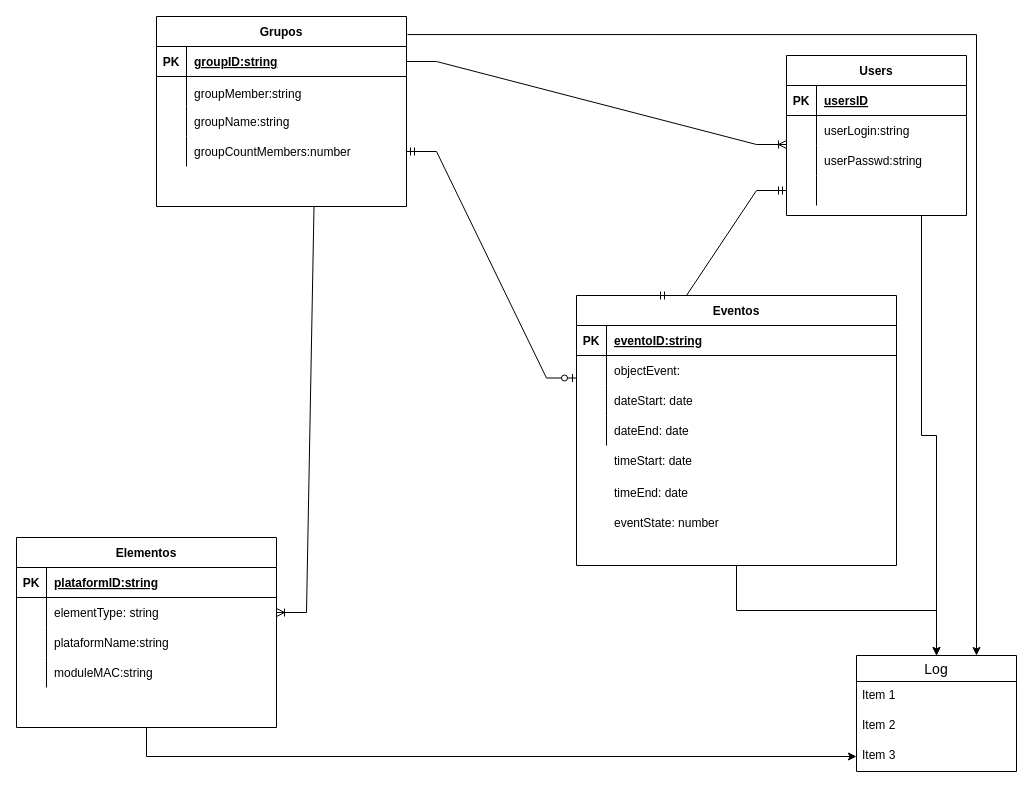
Before: page "Data" (2 of 5) of drawings/esquemasBasicos.drawio in rjnogales/crm.mio, a draw.io diagram. Source tidied: cells renumbered, new cells numbered last; positions are measured from the earlier drawing's top-left corner, leaving out a move shared by most shapes. Both pictures are drawn from the tidied source at 100%, with x=0, y=0 at pixel (16, 16).
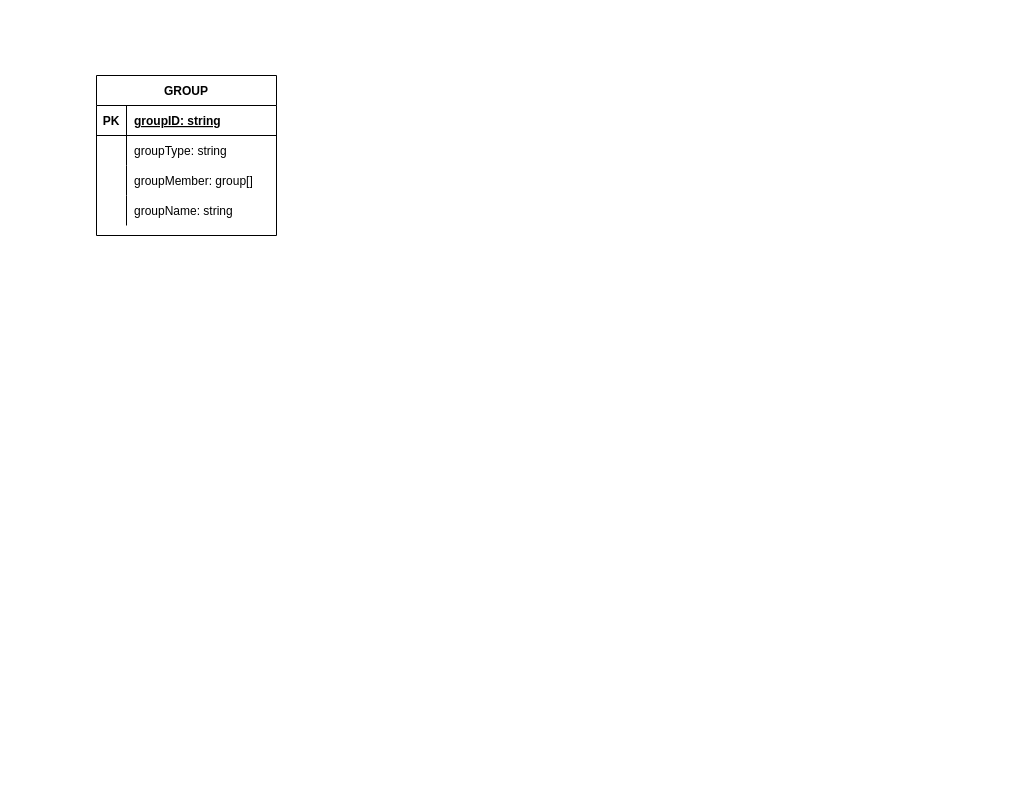
The same diagram, later.

Change to the diagram source:
```diff
@@
-    <mxCell id="2" value="Grupos" style="shape=table;startSize=30;childLayout=tableLayout;rowLines=0;fontStyle=1;align=center;" parent="1" vertex="1">
-      <mxGeometry x="140" width="250" height="190" as="geometry" />
-    </mxCell>
-    <mxCell id="3" style="shape=partialRectangle;fillColor=none;top=0;left=0;bottom=1;right=0;points=[[0,0.5],[1,0.5]];portConstraint=eastwest;" parent="2" vertex="1">
-      <mxGeometry y="30" width="250" height="30" as="geometry" />
-    </mxCell>
-    <mxCell id="4" value="PK" style="shape=partialRectangle;fillColor=none;top=0;left=0;bottom=0;right=0;fontStyle=1;overflow=hidden;" parent="3" vertex="1">
-      <mxGeometry width="30" height="30" as="geometry" />
-    </mxCell>
-    <mxCell id="5" value="groupID:string" style="shape=partialRectangle;fillColor=none;top=0;left=0;bottom=0;right=0;align=left;spacingLeft=6;fontStyle=5;overflow=hidden;" parent="3" vertex="1">
-      <mxGeometry x="30" width="220" height="30" as="geometry" />
-    </mxCell>
-    <mxCell id="6" style="shape=partialRectangle;fillColor=none;top=0;left=0;bottom=0;right=0;" parent="2" vertex="1">
-      <mxGeometry y="60" width="250" height="30" as="geometry" />
-    </mxCell>
-    <mxCell id="7" style="shape=partialRectangle;fillColor=none;top=0;left=0;bottom=0;right=0;overflow=hidden;" parent="6" vertex="1">
-      <mxGeometry width="30" height="30" as="geometry" />
-    </mxCell>
-    <mxCell id="8" style="shape=partialRectangle;fillColor=none;top=0;left=0;bottom=0;right=0;align=left;spacingLeft=6;overflow=hidden;" parent="6" vertex="1">
-      <mxGeometry x="30" width="220" height="30" as="geometry" />
-    </mxCell>
-    <mxCell id="9" style="shape=partialRectangle;fillColor=none;top=0;left=0;bottom=0;right=0;" parent="2" vertex="1">
-      <mxGeometry y="90" width="250" height="30" as="geometry" />
-    </mxCell>
-    <mxCell id="10" style="shape=partialRectangle;fillColor=none;top=0;left=0;bottom=0;right=0;overflow=hidden;" parent="9" vertex="1">
-      <mxGeometry width="30" height="30" as="geometry" />
-    </mxCell>
-    <mxCell id="11" value="groupName:string" style="shape=partialRectangle;fillColor=none;top=0;left=0;bottom=0;right=0;align=left;spacingLeft=6;overflow=hidden;" parent="9" vertex="1">
-      <mxGeometry x="30" width="220" height="30" as="geometry" />
-    </mxCell>
-    <mxCell id="12" style="shape=partialRectangle;fillColor=none;top=0;left=0;bottom=0;right=0;points=[[0,0.5],[1,0.5]];portConstraint=eastwest;" parent="2" vertex="1">
-      <mxGeometry y="120" width="250" height="30" as="geometry" />
-    </mxCell>
-    <mxCell id="13" style="shape=partialRectangle;fillColor=none;top=0;left=0;bottom=0;right=0;overflow=hidden;" parent="12" vertex="1">
-      <mxGeometry width="30" height="30" as="geometry" />
-    </mxCell>
-    <mxCell id="14" value="groupCountMembers:number" style="shape=partialRectangle;fillColor=none;top=0;left=0;bottom=0;right=0;align=left;spacingLeft=6;overflow=hidden;" parent="12" vertex="1">
-      <mxGeometry x="30" width="220" height="30" as="geometry" />
-    </mxCell>
-    <mxCell id="15" style="edgeStyle=orthogonalEdgeStyle;rounded=0;jettySize=auto;html=1;exitX=0.5;exitY=1;exitDx=0;exitDy=0;entryX=0;entryY=0.5;entryDx=0;entryDy=0;" parent="1" edge="1" source="16" target="62">
-      <mxGeometry relative="1" as="geometry" />
-    </mxCell>
-    <mxCell id="16" value="Elementos" style="shape=table;startSize=30;childLayout=tableLayout;rowLines=0;fontStyle=1;align=center;" parent="1" vertex="1">
-      <mxGeometry y="521" width="260" height="190" as="geometry" />
-    </mxCell>
-    <mxCell id="17" style="shape=partialRectangle;fillColor=none;top=0;left=0;bottom=1;right=0;" parent="16" vertex="1">
-      <mxGeometry y="30" width="260" height="30" as="geometry" />
-    </mxCell>
-    <mxCell id="18" value="PK" style="shape=partialRectangle;fillColor=none;top=0;left=0;bottom=0;right=0;fontStyle=1;overflow=hidden;" parent="17" vertex="1">
-      <mxGeometry width="30" height="30" as="geometry" />
-    </mxCell>
-    <mxCell id="19" value="plataformID:string" style="shape=partialRectangle;fillColor=none;top=0;left=0;bottom=0;right=0;align=left;spacingLeft=6;fontStyle=5;overflow=hidden;" parent="17" vertex="1">
-      <mxGeometry x="30" width="230" height="30" as="geometry" />
-    </mxCell>
-    <mxCell id="20" style="shape=partialRectangle;fillColor=none;top=0;left=0;bottom=0;right=0;points=[[0,0.5],[1,0.5]];portConstraint=eastwest;" parent="16" vertex="1">
-      <mxGeometry y="60" width="260" height="30" as="geometry" />
-    </mxCell>
-    <mxCell id="21" style="shape=partialRectangle;fillColor=none;top=0;left=0;bottom=0;right=0;overflow=hidden;" parent="20" vertex="1">
-      <mxGeometry width="30" height="30" as="geometry" />
-    </mxCell>
-    <mxCell id="22" value="elementType: string" style="shape=partialRectangle;fillColor=none;top=0;left=0;bottom=0;right=0;align=left;spacingLeft=6;overflow=hidden;" parent="20" vertex="1">
-      <mxGeometry x="30" width="230" height="30" as="geometry" />
-    </mxCell>
-    <mxCell id="23" style="shape=partialRectangle;fillColor=none;top=0;left=0;bottom=0;right=0;" parent="16" vertex="1">
-      <mxGeometry y="90" width="260" height="30" as="geometry" />
-    </mxCell>
-    <mxCell id="24" style="shape=partialRectangle;fillColor=none;top=0;left=0;bottom=0;right=0;overflow=hidden;" parent="23" vertex="1">
-      <mxGeometry width="30" height="30" as="geometry" />
-    </mxCell>
-    <mxCell id="25" value="plataformName:string" style="shape=partialRectangle;fillColor=none;top=0;left=0;bottom=0;right=0;align=left;spacingLeft=6;overflow=hidden;" parent="23" vertex="1">
-      <mxGeometry x="30" width="230" height="30" as="geometry" />
-    </mxCell>
-    <mxCell id="26" style="shape=partialRectangle;fillColor=none;top=0;left=0;bottom=0;right=0;" parent="16" vertex="1">
-      <mxGeometry y="120" width="260" height="30" as="geometry" />
-    </mxCell>
-    <mxCell id="27" style="shape=partialRectangle;fillColor=none;top=0;left=0;bottom=0;right=0;overflow=hidden;" parent="26" vertex="1">
-      <mxGeometry width="30" height="30" as="geometry" />
-    </mxCell>
-    <mxCell id="28" value="moduleMAC:string" style="shape=partialRectangle;fillColor=none;top=0;left=0;bottom=0;right=0;align=left;spacingLeft=6;overflow=hidden;" parent="26" vertex="1">
-      <mxGeometry x="30" width="230" height="30" as="geometry" />
-    </mxCell>
-    <mxCell id="29" style="edgeStyle=orthogonalEdgeStyle;rounded=0;jettySize=auto;html=1;exitX=0.5;exitY=1;exitDx=0;exitDy=0;" parent="1" edge="1" source="30" target="59">
-      <mxGeometry relative="1" as="geometry" />
-    </mxCell>
-    <mxCell id="30" value="Eventos" style="shape=table;startSize=30;childLayout=tableLayout;rowLines=0;fontStyle=1;align=center;" parent="1" vertex="1">
-      <mxGeometry x="560" y="279" width="320" height="270" as="geometry" />
-    </mxCell>
-    <mxCell id="31" style="shape=partialRectangle;fillColor=none;top=0;left=0;bottom=1;right=0;" parent="30" vertex="1">
-      <mxGeometry y="30" width="320" height="30" as="geometry" />
-    </mxCell>
-    <mxCell id="32" value="PK" style="shape=partialRectangle;fillColor=none;top=0;left=0;bottom=0;right=0;fontStyle=1;overflow=hidden;" parent="31" vertex="1">
-      <mxGeometry width="30" height="30" as="geometry" />
-    </mxCell>
-    <mxCell id="33" value="eventoID:string" style="shape=partialRectangle;fillColor=none;top=0;left=0;bottom=0;right=0;align=left;spacingLeft=6;fontStyle=5;overflow=hidden;" parent="31" vertex="1">
-      <mxGeometry x="30" width="290" height="30" as="geometry" />
-    </mxCell>
-    <mxCell id="34" style="shape=partialRectangle;fillColor=none;top=0;left=0;bottom=0;right=0;" parent="30" vertex="1">
-      <mxGeometry y="60" width="320" height="30" as="geometry" />
-    </mxCell>
-    <mxCell id="35" style="shape=partialRectangle;fillColor=none;top=0;left=0;bottom=0;right=0;overflow=hidden;" parent="34" vertex="1">
-      <mxGeometry width="30" height="30" as="geometry" />
-    </mxCell>
-    <mxCell id="36" value="objectEvent:" style="shape=partialRectangle;fillColor=none;top=0;left=0;bottom=0;right=0;align=left;spacingLeft=6;overflow=hidden;" parent="34" vertex="1">
-      <mxGeometry x="30" width="290" height="30" as="geometry" />
-    </mxCell>
-    <mxCell id="37" style="shape=partialRectangle;fillColor=none;top=0;left=0;bottom=0;right=0;" parent="30" vertex="1">
-      <mxGeometry y="90" width="320" height="30" as="geometry" />
-    </mxCell>
-    <mxCell id="38" style="shape=partialRectangle;fillColor=none;top=0;left=0;bottom=0;right=0;overflow=hidden;" parent="37" vertex="1">
-      <mxGeometry width="30" height="30" as="geometry" />
-    </mxCell>
-    <mxCell id="39" value="dateStart: date" style="shape=partialRectangle;fillColor=none;top=0;left=0;bottom=0;right=0;align=left;spacingLeft=6;overflow=hidden;" parent="37" vertex="1">
-      <mxGeometry x="30" width="290" height="30" as="geometry" />
-    </mxCell>
-    <mxCell id="40" style="shape=partialRectangle;fillColor=none;top=0;left=0;bottom=0;right=0;" parent="30" vertex="1">
-      <mxGeometry y="120" width="320" height="30" as="geometry" />
-    </mxCell>
-    <mxCell id="41" style="shape=partialRectangle;fillColor=none;top=0;left=0;bottom=0;right=0;overflow=hidden;" parent="40" vertex="1">
-      <mxGeometry width="30" height="30" as="geometry" />
-    </mxCell>
-    <mxCell id="42" value="dateEnd: date" style="shape=partialRectangle;fillColor=none;top=0;left=0;bottom=0;right=0;align=left;spacingLeft=6;overflow=hidden;" parent="40" vertex="1">
-      <mxGeometry x="30" width="290" height="30" as="geometry" />
-    </mxCell>
-    <mxCell id="43" value="timeStart: date" style="shape=partialRectangle;fillColor=none;top=0;left=0;bottom=0;right=0;align=left;spacingLeft=6;overflow=hidden;" parent="1" vertex="1">
-      <mxGeometry x="590" y="429" width="230" height="30" as="geometry" />
-    </mxCell>
-    <mxCell id="44" value="timeEnd: date" style="shape=partialRectangle;fillColor=none;top=0;left=0;bottom=0;right=0;align=left;spacingLeft=6;overflow=hidden;" parent="1" vertex="1">
-      <mxGeometry x="590" y="461" width="230" height="30" as="geometry" />
-    </mxCell>
-    <mxCell id="45" value="eventState: number" style="shape=partialRectangle;fillColor=none;top=0;left=0;bottom=0;right=0;align=left;spacingLeft=6;overflow=hidden;" parent="1" vertex="1">
-      <mxGeometry x="590" y="491" width="230" height="30" as="geometry" />
-    </mxCell>
-    <mxCell id="46" value="Users" style="shape=table;startSize=30;childLayout=tableLayout;rowLines=0;fontStyle=1;align=center;" parent="1" vertex="1">
-      <mxGeometry x="770" y="39" width="180" height="160" as="geometry" />
-    </mxCell>
+    <mxCell id="70" value="GROUP" style="shape=table;startSize=30;childLayout=tableLayout;rowLines=0;fontStyle=1;align=center;" parent="1" vertex="1">
+      <mxGeometry x="80" y="59" width="180" height="160" as="geometry" />
+    </mxCell>
-    <mxCell id="47" style="shape=partialRectangle;fillColor=none;top=0;left=0;bottom=1;right=0;" parent="46" vertex="1">
+    <mxCell id="47" style="shape=partialRectangle;fillColor=none;top=0;left=0;bottom=1;right=0;" parent="70" vertex="1">
       <mxGeometry y="30" width="180" height="30" as="geometry" />
     </mxCell>
-    <mxCell id="48" value="PK" style="shape=partialRectangle;fillColor=none;top=0;left=0;bottom=0;right=0;fontStyle=1;overflow=hidden;" parent="47" vertex="1">
-      <mxGeometry width="30" height="30" as="geometry" />
-    </mxCell>
-    <mxCell id="49" value="usersID" style="shape=partialRectangle;fillColor=none;top=0;left=0;bottom=0;right=0;align=left;spacingLeft=6;fontStyle=5;overflow=hidden;" parent="47" vertex="1">
-      <mxGeometry x="30" width="150" height="30" as="geometry" />
-    </mxCell>
+    <mxCell id="71" value="PK" style="shape=partialRectangle;fillColor=none;top=0;left=0;bottom=0;right=0;fontStyle=1;overflow=hidden;" parent="47" vertex="1">
+      <mxGeometry width="30" height="30" as="geometry" />
+    </mxCell>
+    <mxCell id="72" value="groupID: string" style="shape=partialRectangle;fillColor=none;top=0;left=0;bottom=0;right=0;align=left;spacingLeft=6;fontStyle=5;overflow=hidden;" parent="47" vertex="1">
+      <mxGeometry x="30" width="150" height="30" as="geometry" />
+    </mxCell>
-    <mxCell id="50" style="shape=partialRectangle;fillColor=none;top=0;left=0;bottom=0;right=0;" parent="46" vertex="1">
+    <mxCell id="50" style="shape=partialRectangle;fillColor=none;top=0;left=0;bottom=0;right=0;" parent="70" vertex="1">
       <mxGeometry y="60" width="180" height="30" as="geometry" />
     </mxCell>
-    <mxCell id="51" style="shape=partialRectangle;fillColor=none;top=0;left=0;bottom=0;right=0;overflow=hidden;" parent="50" vertex="1">
-      <mxGeometry width="30" height="30" as="geometry" />
-    </mxCell>
-    <mxCell id="52" value="userLogin:string" style="shape=partialRectangle;fillColor=none;top=0;left=0;bottom=0;right=0;align=left;spacingLeft=6;overflow=hidden;" parent="50" vertex="1">
-      <mxGeometry x="30" width="150" height="30" as="geometry" />
-    </mxCell>
+    <mxCell id="73" style="shape=partialRectangle;fillColor=none;top=0;left=0;bottom=0;right=0;overflow=hidden;" parent="50" vertex="1">
+      <mxGeometry width="30" height="30" as="geometry" />
+    </mxCell>
+    <mxCell id="74" value="groupType: string" style="shape=partialRectangle;fillColor=none;top=0;left=0;bottom=0;right=0;align=left;spacingLeft=6;overflow=hidden;" parent="50" vertex="1">
+      <mxGeometry x="30" width="150" height="30" as="geometry" />
+    </mxCell>
-    <mxCell id="53" style="shape=partialRectangle;fillColor=none;top=0;left=0;bottom=0;right=0;points=[[0,0.5],[1,0.5]];portConstraint=eastwest;" parent="46" vertex="1">
+    <mxCell id="53" style="shape=partialRectangle;fillColor=none;top=0;left=0;bottom=0;right=0;points=[[0,0.5],[1,0.5]];portConstraint=eastwest;" parent="70" vertex="1">
       <mxGeometry y="90" width="180" height="30" as="geometry" />
     </mxCell>
-    <mxCell id="54" style="shape=partialRectangle;fillColor=none;top=0;left=0;bottom=0;right=0;overflow=hidden;" parent="53" vertex="1">
-      <mxGeometry width="30" height="30" as="geometry" />
-    </mxCell>
-    <mxCell id="55" value="userPasswd:string" style="shape=partialRectangle;fillColor=none;top=0;left=0;bottom=0;right=0;align=left;spacingLeft=6;overflow=hidden;" parent="53" vertex="1">
-      <mxGeometry x="30" width="150" height="30" as="geometry" />
-    </mxCell>
+    <mxCell id="75" style="shape=partialRectangle;fillColor=none;top=0;left=0;bottom=0;right=0;overflow=hidden;" parent="53" vertex="1">
+      <mxGeometry width="30" height="30" as="geometry" />
+    </mxCell>
+    <mxCell id="76" value="groupMember: group[]" style="shape=partialRectangle;fillColor=none;top=0;left=0;bottom=0;right=0;align=left;spacingLeft=6;overflow=hidden;" parent="53" vertex="1">
+      <mxGeometry x="30" width="150" height="30" as="geometry" />
+    </mxCell>
-    <mxCell id="56" style="shape=partialRectangle;fillColor=none;top=0;left=0;bottom=0;right=0;points=[[0,0.5],[1,0.5]];portConstraint=eastwest;" parent="46" vertex="1">
+    <mxCell id="56" style="shape=partialRectangle;fillColor=none;top=0;left=0;bottom=0;right=0;points=[[0,0.5],[1,0.5]];portConstraint=eastwest;" parent="70" vertex="1">
       <mxGeometry y="120" width="180" height="30" as="geometry" />
     </mxCell>
-    <mxCell id="57" style="shape=partialRectangle;fillColor=none;top=0;left=0;bottom=0;right=0;overflow=hidden;" parent="56" vertex="1">
-      <mxGeometry width="30" height="30" as="geometry" />
-    </mxCell>
-    <mxCell id="58" style="shape=partialRectangle;fillColor=none;top=0;left=0;bottom=0;right=0;align=left;spacingLeft=6;overflow=hidden;" parent="56" vertex="1">
-      <mxGeometry x="30" width="150" height="30" as="geometry" />
-    </mxCell>
-    <mxCell id="59" value="Log" style="swimlane;fontStyle=0;horizontal=1;startSize=26;align=center;fontSize=14;" parent="1" vertex="1">
-      <mxGeometry x="840" y="639" width="160" height="116" as="geometry" />
-    </mxCell>
-    <mxCell id="60" value="Item 1" style="text;strokeColor=none;fillColor=none;spacingLeft=4;spacingRight=4;overflow=hidden;fontSize=12;" parent="59" vertex="1">
-      <mxGeometry y="26" width="160" height="30" as="geometry" />
-    </mxCell>
-    <mxCell id="61" value="Item 2" style="text;strokeColor=none;fillColor=none;spacingLeft=4;spacingRight=4;overflow=hidden;fontSize=12;" parent="59" vertex="1">
-      <mxGeometry y="56" width="160" height="30" as="geometry" />
-    </mxCell>
-    <mxCell id="62" value="Item 3" style="text;strokeColor=none;fillColor=none;spacingLeft=4;spacingRight=4;overflow=hidden;points=[[0,0.5],[1,0.5]];portConstraint=eastwest;fontSize=12;" parent="59" vertex="1">
-      <mxGeometry y="86" width="160" height="30" as="geometry" />
-    </mxCell>
-    <mxCell id="63" value="groupMember:string" style="shape=partialRectangle;fillColor=none;top=0;left=0;bottom=0;right=0;align=left;spacingLeft=6;overflow=hidden;" parent="1" vertex="1">
-      <mxGeometry x="170" y="62" width="210" height="30" as="geometry" />
-    </mxCell>
-    <mxCell id="64" style="edgeStyle=entityRelationEdgeStyle;fontSize=12;html=1;endArrow=ERoneToMany;rounded=0;entryX=0;entryY=-0.033;entryDx=0;entryDy=0;entryPerimeter=0;exitX=1;exitY=0.5;exitDx=0;exitDy=0;" parent="1" edge="1" source="3" target="53">
-      <mxGeometry relative="1" as="geometry" />
-    </mxCell>
-    <mxCell id="65" style="edgeStyle=entityRelationEdgeStyle;fontSize=12;html=1;endArrow=ERoneToMany;rounded=0;exitX=0.75;exitY=1;exitDx=0;exitDy=0;entryX=1;entryY=0.5;entryDx=0;entryDy=0;" parent="1" edge="1" source="2" target="20">
-      <mxGeometry relative="1" as="geometry" />
-    </mxCell>
-    <mxCell id="66" style="edgeStyle=entityRelationEdgeStyle;fontSize=12;html=1;endArrow=ERmandOne;startArrow=ERmandOne;rounded=0;exitX=0.25;exitY=0;exitDx=0;exitDy=0;" parent="1" edge="1" source="30" target="56">
-      <mxGeometry relative="1" as="geometry" />
-    </mxCell>
-    <mxCell id="67" style="edgeStyle=entityRelationEdgeStyle;fontSize=12;html=1;endArrow=ERzeroToOne;startArrow=ERmandOne;rounded=0;exitX=1;exitY=0.5;exitDx=0;exitDy=0;entryX=0;entryY=0.75;entryDx=0;entryDy=0;" parent="1" edge="1" source="12" target="35">
-      <mxGeometry relative="1" as="geometry" />
-    </mxCell>
-    <mxCell id="68" style="edgeStyle=orthogonalEdgeStyle;rounded=0;jettySize=auto;html=1;exitX=1.004;exitY=0.095;exitDx=0;exitDy=0;exitPerimeter=0;entryX=0.75;entryY=0;entryDx=0;entryDy=0;" parent="1" edge="1" source="2" target="59">
-      <mxGeometry relative="1" as="geometry" />
-    </mxCell>
-    <mxCell id="69" style="edgeStyle=orthogonalEdgeStyle;rounded=0;jettySize=auto;html=1;exitX=0.75;exitY=1;exitDx=0;exitDy=0;" parent="1" edge="1" source="46" target="59">
-      <mxGeometry relative="1" as="geometry" />
-    </mxCell>
+    <mxCell id="77" style="shape=partialRectangle;fillColor=none;top=0;left=0;bottom=0;right=0;overflow=hidden;" parent="56" vertex="1">
+      <mxGeometry width="30" height="30" as="geometry" />
+    </mxCell>
+    <mxCell id="78" value="groupName: string" style="shape=partialRectangle;fillColor=none;top=0;left=0;bottom=0;right=0;align=left;spacingLeft=6;overflow=hidden;" parent="56" vertex="1">
+      <mxGeometry x="30" width="150" height="30" as="geometry" />
+    </mxCell>
```
